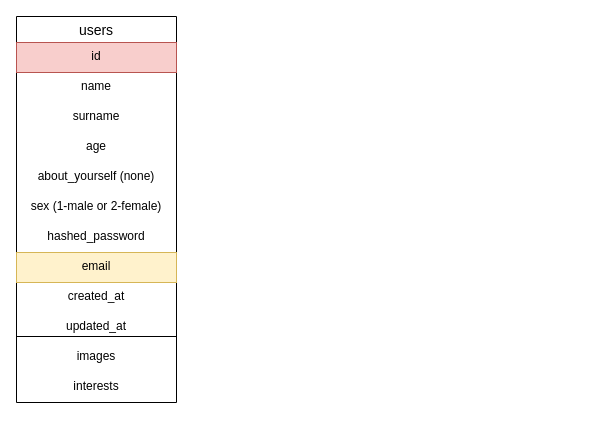
Above: Diagram/Untitled Diagram.drawio in andrey-blight/ademy (draw.io), before the change. Source tidied: cells renumbered, new cells numbered last; positions are measured from the earlier drawing's top-left corner, leaving out a move shared by most shapes. Both pictures are drawn from the tidied source at 100%, with x=0, y=0 at pixel (16, 16).
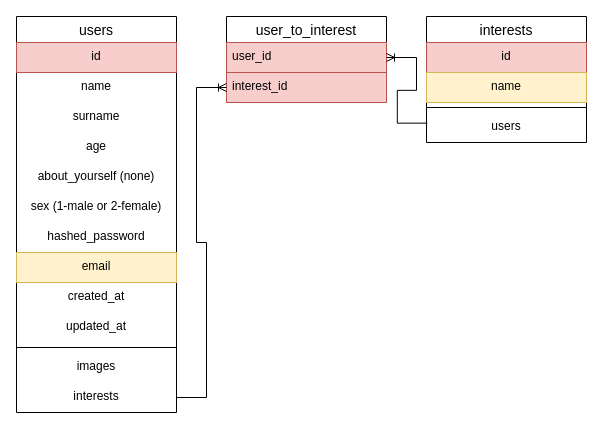
The same page after the edit.

Commit message:
Add table interests

Change to the diagram source:
```diff
@@
     <mxCell id="2" value="users" style="swimlane;fontStyle=0;horizontal=1;startSize=26;align=center;fontSize=14;" parent="1" vertex="1">
-      <mxGeometry width="160" height="386" as="geometry" />
+      <mxGeometry width="160" height="396" as="geometry" />
     </mxCell>
@@
+    <mxCell id="16" style="line;strokeWidth=1;dashed=0;labelPosition=right;align=left;verticalAlign=middle;spacingTop=0;spacingLeft=6;" parent="2" vertex="1">
+      <mxGeometry y="326" width="160" height="10" as="geometry" />
+    </mxCell>
     <mxCell id="13" value="images" style="text;spacingLeft=4;spacingRight=4;overflow=hidden;fontSize=12;align=center;" parent="2" vertex="1">
-      <mxGeometry y="326" width="160" height="30" as="geometry" />
+      <mxGeometry y="336" width="160" height="30" as="geometry" />
     </mxCell>
     <mxCell id="14" value="interests" style="text;spacingLeft=4;spacingRight=4;overflow=hidden;points=[[0,0.5],[1,0.5]];portConstraint=eastwest;fontSize=12;align=center;" parent="2" vertex="1">
-      <mxGeometry y="356" width="160" height="30" as="geometry" />
+      <mxGeometry y="366" width="160" height="30" as="geometry" />
     </mxCell>
-    <mxCell id="15" style="endArrow=none;html=1;rounded=0;" parent="2" edge="1">
-      <mxGeometry relative="1" as="geometry">
-        <mxPoint y="320" as="sourcePoint" />
-        <mxPoint x="160" y="320" as="targetPoint" />
-      </mxGeometry>
-    </mxCell>
+    <mxCell id="17" value="interests" style="swimlane;fontStyle=0;horizontal=1;startSize=26;align=center;fontSize=14;" parent="1" vertex="1">
+      <mxGeometry x="410" width="160" height="126" as="geometry" />
+    </mxCell>
+    <mxCell id="18" value="id" style="text;strokeColor=#b85450;fillColor=#f8cecc;spacingLeft=4;spacingRight=4;overflow=hidden;fontSize=12;align=center;" parent="17" vertex="1">
+      <mxGeometry y="26" width="160" height="30" as="geometry" />
+    </mxCell>
+    <mxCell id="19" value="name" style="text;strokeColor=#d6b656;fillColor=#fff2cc;spacingLeft=4;spacingRight=4;overflow=hidden;fontSize=12;align=center;" parent="17" vertex="1">
+      <mxGeometry y="56" width="160" height="30" as="geometry" />
+    </mxCell>
+    <mxCell id="20" style="line;strokeWidth=1;dashed=0;labelPosition=right;align=left;verticalAlign=middle;spacingTop=0;spacingLeft=6;" parent="17" vertex="1">
+      <mxGeometry y="86" width="160" height="10" as="geometry" />
+    </mxCell>
+    <mxCell id="21" value="users" style="text;strokeColor=none;fillColor=none;spacingLeft=4;spacingRight=4;overflow=hidden;points=[[0,0.5],[1,0.5]];portConstraint=eastwest;fontSize=12;align=center;" parent="17" vertex="1">
+      <mxGeometry y="96" width="160" height="30" as="geometry" />
+    </mxCell>
+    <mxCell id="22" value="user_to_interest" style="swimlane;fontStyle=0;horizontal=1;startSize=26;align=center;fontSize=14;" parent="1" vertex="1">
+      <mxGeometry x="210" width="160" height="86" as="geometry" />
+    </mxCell>
+    <mxCell id="23" value="user_id" style="text;strokeColor=#b85450;fillColor=#f8cecc;spacingLeft=4;spacingRight=4;overflow=hidden;points=[[0,0.5],[1,0.5]];portConstraint=eastwest;fontSize=12;" parent="22" vertex="1">
+      <mxGeometry y="26" width="160" height="30" as="geometry" />
+    </mxCell>
+    <mxCell id="24" value="interest_id" style="text;strokeColor=#b85450;fillColor=#f8cecc;spacingLeft=4;spacingRight=4;overflow=hidden;points=[[0,0.5],[1,0.5]];portConstraint=eastwest;fontSize=12;" parent="22" vertex="1">
+      <mxGeometry y="56" width="160" height="30" as="geometry" />
+    </mxCell>
+    <mxCell id="25" style="edgeStyle=entityRelationEdgeStyle;fontSize=12;html=1;endArrow=ERoneToMany;rounded=0;exitX=0.005;exitY=0.355;exitDx=0;exitDy=0;exitPerimeter=0;entryX=1;entryY=0.5;entryDx=0;entryDy=0;" parent="1" edge="1" source="21" target="23">
+      <mxGeometry relative="1" as="geometry" />
+    </mxCell>
+    <mxCell id="26" style="edgeStyle=entityRelationEdgeStyle;fontSize=12;html=1;endArrow=ERoneToMany;rounded=0;exitX=1;exitY=0.5;exitDx=0;exitDy=0;entryX=0;entryY=0.5;entryDx=0;entryDy=0;" parent="1" edge="1" source="14" target="24">
+      <mxGeometry relative="1" as="geometry" />
+    </mxCell>
```
